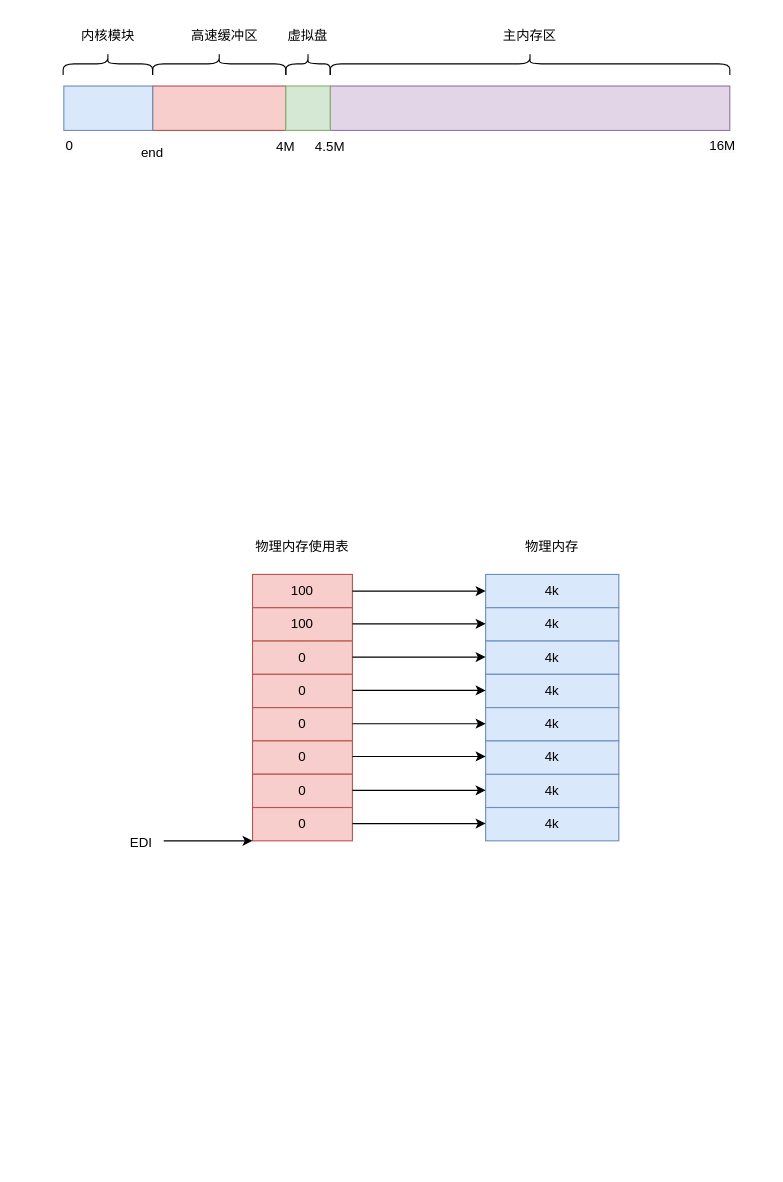
This is blog/Linux/Linux-0.11-memory/mem_raw.drawio from zgjsxx/static-img-repo, a draw.io file, before an edit. Source tidied: cells renumbered, new cells numbered last; positions are measured from the earlier drawing's top-left corner, leaving out a move shared by most shapes. Both pictures are drawn from the tidied source at 111%, with x=0, y=0 at pixel (63, -137).
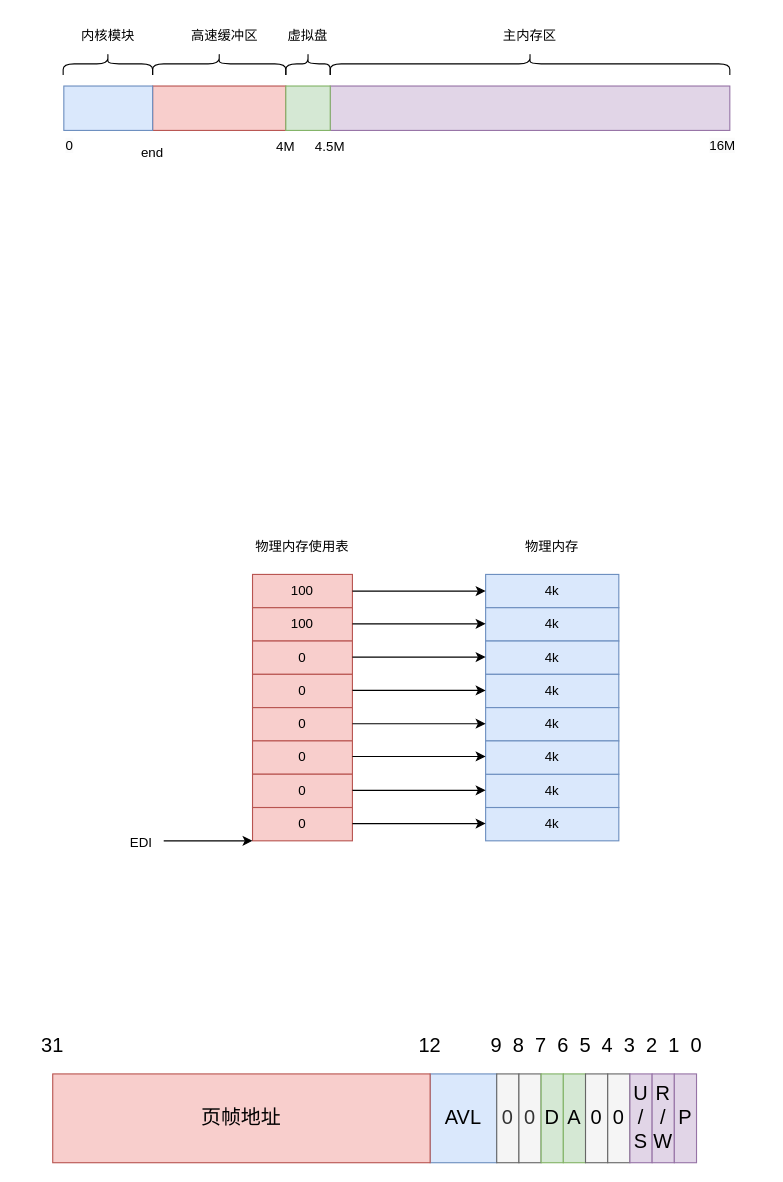
The same page after the edit.

Diff of the diagram source:
```diff
@@
+    <mxCell id="47" value="31" style="text;strokeColor=none;align=center;fillColor=none;html=1;verticalAlign=middle;whiteSpace=wrap;rounded=0;fontSize=18;" parent="1" vertex="1">
+      <mxGeometry x="-40" y="1050" width="60" height="30" as="geometry" />
+    </mxCell>
+    <mxCell id="48" value="12" style="text;strokeColor=none;align=center;fillColor=none;html=1;verticalAlign=middle;whiteSpace=wrap;rounded=0;fontSize=18;" parent="1" vertex="1">
+      <mxGeometry x="300" y="1050" width="60" height="30" as="geometry" />
+    </mxCell>
+    <mxCell id="49" value="9" style="text;strokeColor=none;align=center;fillColor=none;html=1;verticalAlign=middle;whiteSpace=wrap;rounded=0;fontSize=18;" parent="1" vertex="1">
+      <mxGeometry x="380" y="1050" width="20" height="30" as="geometry" />
+    </mxCell>
+    <mxCell id="50" value="8" style="text;strokeColor=none;align=center;fillColor=none;html=1;verticalAlign=middle;whiteSpace=wrap;rounded=0;fontSize=18;" parent="1" vertex="1">
+      <mxGeometry x="400" y="1050" width="20" height="30" as="geometry" />
+    </mxCell>
+    <mxCell id="51" value="7" style="text;strokeColor=none;align=center;fillColor=none;html=1;verticalAlign=middle;whiteSpace=wrap;rounded=0;fontSize=18;" parent="1" vertex="1">
+      <mxGeometry x="420" y="1050" width="20" height="30" as="geometry" />
+    </mxCell>
+    <mxCell id="52" value="AVL" style="rounded=0;whiteSpace=wrap;html=1;fontSize=18;fillColor=#dae8fc;strokeColor=#6c8ebf;" parent="1" vertex="1">
+      <mxGeometry x="330" y="1090" width="60" height="80" as="geometry" />
+    </mxCell>
+    <mxCell id="53" value="0" style="rounded=0;whiteSpace=wrap;html=1;fontSize=18;fillColor=#f5f5f5;fontColor=#333333;strokeColor=#666666;" parent="1" vertex="1">
+      <mxGeometry x="390" y="1090" width="20" height="80" as="geometry" />
+    </mxCell>
+    <mxCell id="54" value="页帧地址" style="rounded=0;whiteSpace=wrap;html=1;fontSize=18;fillColor=#f8cecc;strokeColor=#b85450;" parent="1" vertex="1">
+      <mxGeometry x="-10" y="1090" width="340" height="80" as="geometry" />
+    </mxCell>
+    <mxCell id="55" value="0" style="rounded=0;whiteSpace=wrap;html=1;fontSize=18;fillColor=#f5f5f5;fontColor=#333333;strokeColor=#666666;" parent="1" vertex="1">
+      <mxGeometry x="410" y="1090" width="20" height="80" as="geometry" />
+    </mxCell>
+    <mxCell id="56" value="D" style="rounded=0;whiteSpace=wrap;html=1;fontSize=18;fillColor=#d5e8d4;strokeColor=#82b366;" parent="1" vertex="1">
+      <mxGeometry x="430" y="1090" width="20" height="80" as="geometry" />
+    </mxCell>
+    <mxCell id="57" value="A" style="rounded=0;whiteSpace=wrap;html=1;fontSize=18;fillColor=#d5e8d4;strokeColor=#82b366;" parent="1" vertex="1">
+      <mxGeometry x="450" y="1090" width="20" height="80" as="geometry" />
+    </mxCell>
+    <mxCell id="58" value="6" style="text;strokeColor=none;align=center;fillColor=none;html=1;verticalAlign=middle;whiteSpace=wrap;rounded=0;fontSize=18;" parent="1" vertex="1">
+      <mxGeometry x="440" y="1050" width="20" height="30" as="geometry" />
+    </mxCell>
+    <mxCell id="59" value="5" style="text;strokeColor=none;align=center;fillColor=none;html=1;verticalAlign=middle;whiteSpace=wrap;rounded=0;fontSize=18;" parent="1" vertex="1">
+      <mxGeometry x="460" y="1050" width="20" height="30" as="geometry" />
+    </mxCell>
+    <mxCell id="60" value="0" style="rounded=0;whiteSpace=wrap;html=1;fontSize=18;fillColor=#f5f5f5;strokeColor=#666666;" parent="1" vertex="1">
+      <mxGeometry x="470" y="1090" width="20" height="80" as="geometry" />
+    </mxCell>
+    <mxCell id="61" value="0" style="rounded=0;whiteSpace=wrap;html=1;fontSize=18;fillColor=#f5f5f5;strokeColor=#666666;" parent="1" vertex="1">
+      <mxGeometry x="490" y="1090" width="20" height="80" as="geometry" />
+    </mxCell>
+    <mxCell id="62" value="4" style="text;strokeColor=none;align=center;fillColor=none;html=1;verticalAlign=middle;whiteSpace=wrap;rounded=0;fontSize=18;" parent="1" vertex="1">
+      <mxGeometry x="480" y="1050" width="20" height="30" as="geometry" />
+    </mxCell>
+    <mxCell id="63" value="3" style="text;strokeColor=none;align=center;fillColor=none;html=1;verticalAlign=middle;whiteSpace=wrap;rounded=0;fontSize=18;" parent="1" vertex="1">
+      <mxGeometry x="500" y="1050" width="20" height="30" as="geometry" />
+    </mxCell>
+    <mxCell id="64" value="U&lt;br&gt;/&lt;br&gt;S" style="rounded=0;whiteSpace=wrap;html=1;fontSize=18;fillColor=#e1d5e7;strokeColor=#9673a6;" parent="1" vertex="1">
+      <mxGeometry x="510" y="1090" width="20" height="80" as="geometry" />
+    </mxCell>
+    <mxCell id="65" value="R&lt;br&gt;/&lt;br&gt;W" style="rounded=0;whiteSpace=wrap;html=1;fontSize=18;fillColor=#e1d5e7;strokeColor=#9673a6;" parent="1" vertex="1">
+      <mxGeometry x="530" y="1090" width="20" height="80" as="geometry" />
+    </mxCell>
+    <mxCell id="66" value="P" style="rounded=0;whiteSpace=wrap;html=1;fontSize=18;fillColor=#e1d5e7;strokeColor=#9673a6;" parent="1" vertex="1">
+      <mxGeometry x="550" y="1090" width="20" height="80" as="geometry" />
+    </mxCell>
+    <mxCell id="67" value="2" style="text;strokeColor=none;align=center;fillColor=none;html=1;verticalAlign=middle;whiteSpace=wrap;rounded=0;fontSize=18;" parent="1" vertex="1">
+      <mxGeometry x="520" y="1050" width="20" height="30" as="geometry" />
+    </mxCell>
+    <mxCell id="68" value="1" style="text;strokeColor=none;align=center;fillColor=none;html=1;verticalAlign=middle;whiteSpace=wrap;rounded=0;fontSize=18;" parent="1" vertex="1">
+      <mxGeometry x="540" y="1050" width="20" height="30" as="geometry" />
+    </mxCell>
+    <mxCell id="69" value="0" style="text;strokeColor=none;align=center;fillColor=none;html=1;verticalAlign=middle;whiteSpace=wrap;rounded=0;fontSize=18;" parent="1" vertex="1">
+      <mxGeometry x="560" y="1050" width="20" height="30" as="geometry" />
+    </mxCell>
```
